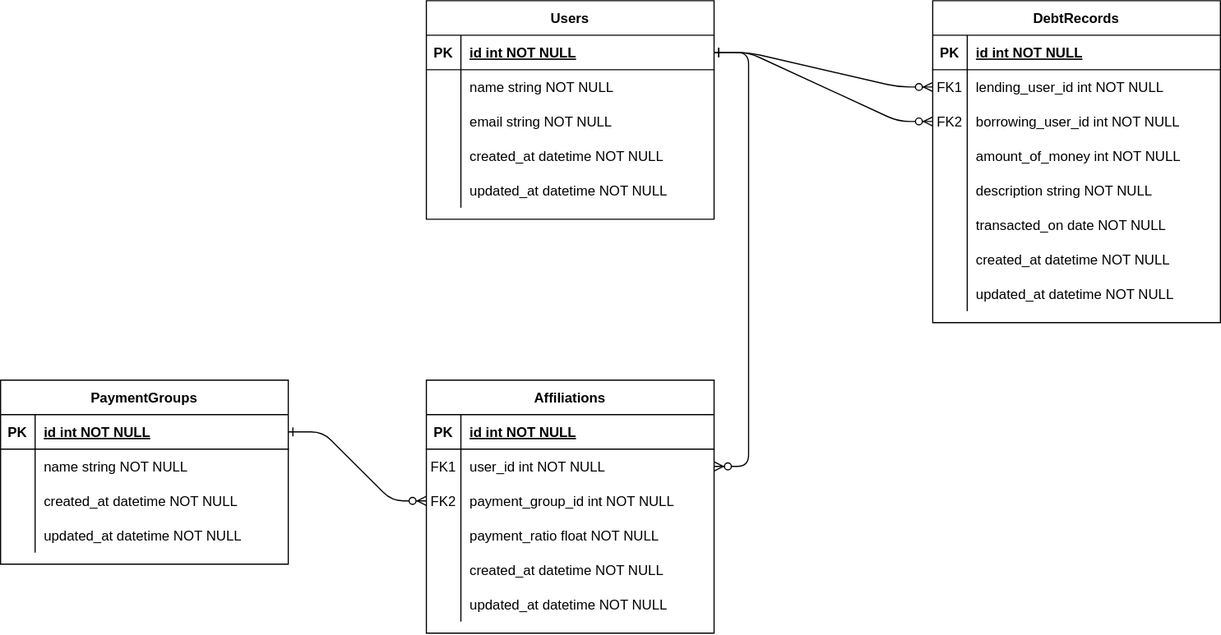
Earlier version of the draw.io export er-diagram/er.svg (a-yossy/dutch_account). Source tidied: cells renumbered, new cells last; positions are measured from the earlier drawing's top-left corner, leaving out a move shared by most shapes.
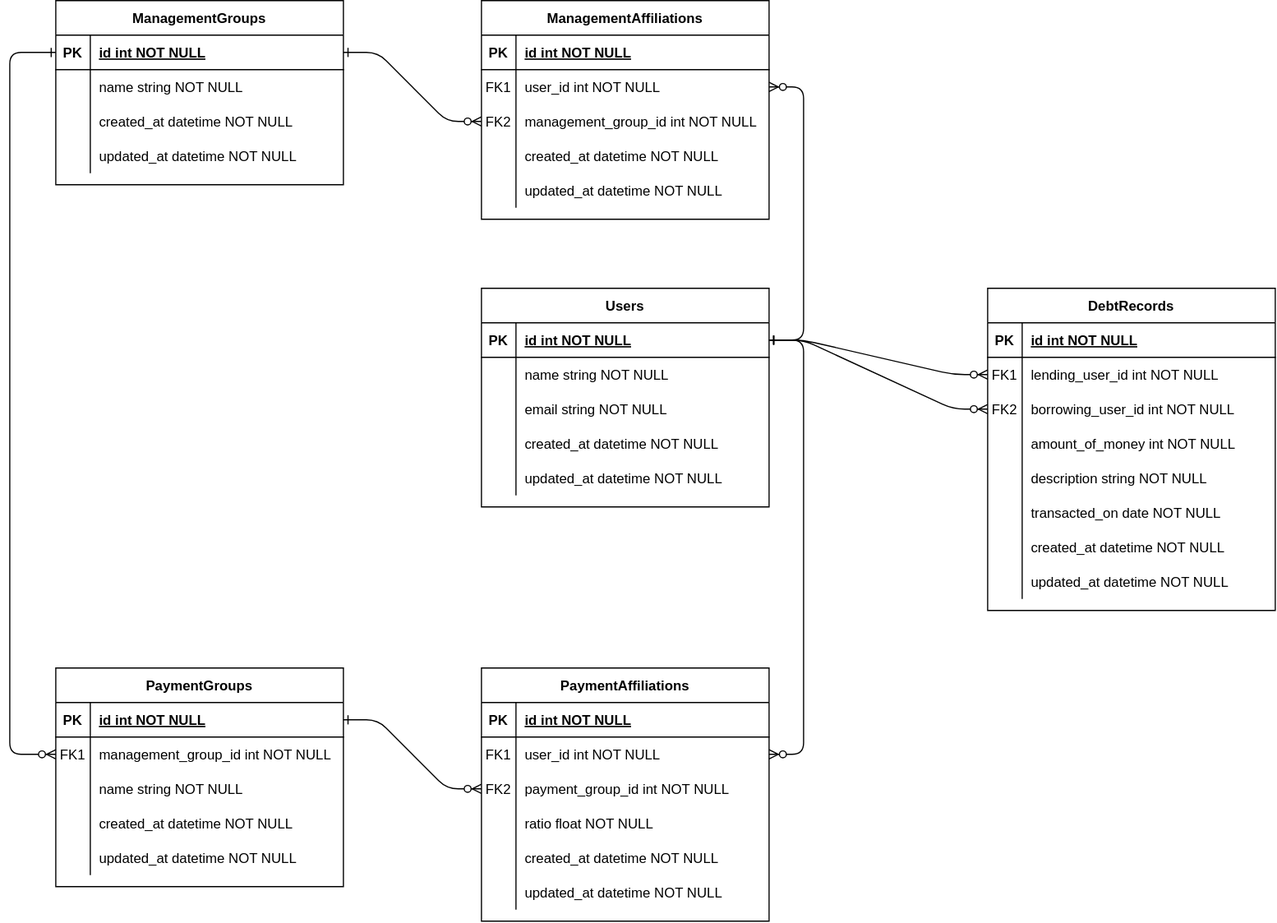
After the change.

Change to the diagram source:
```diff
@@ -5,7 +5,7 @@
     <mxCell id="2" style="edgeStyle=entityRelationEdgeStyle;endArrow=ERzeroToMany;startArrow=ERone;endFill=1;startFill=0;" parent="1" edge="1" source="36" target="57">
       <mxGeometry relative="1" as="geometry" />
     </mxCell>
-    <mxCell id="3" value="Affiliations" style="shape=table;startSize=30;rowLines=0;fontStyle=1;align=center;" parent="1" vertex="1">
+    <mxCell id="3" value="PaymentAffiliations" style="shape=table;startSize=30;rowLines=0;fontStyle=1;align=center;" parent="1" vertex="1">
       <mxGeometry x="370" y="330" width="250" height="220" as="geometry" />
     </mxCell>
     <mxCell id="4" style="shape=partialRectangle;fillColor=none;top=0;left=0;right=0;bottom=1;" parent="3" vertex="1">
@@ -41,7 +41,7 @@
     <mxCell id="14" style="shape=partialRectangle;overflow=hidden;fillColor=none;top=0;left=0;bottom=0;right=0;" parent="13" vertex="1">
       <mxGeometry width="30" height="30" as="geometry" />
     </mxCell>
-    <mxCell id="15" value="payment_ratio float NOT NULL" style="shape=partialRectangle;overflow=hidden;fillColor=none;top=0;left=0;bottom=0;right=0;align=left;spacingLeft=6;" parent="13" vertex="1">
+    <mxCell id="15" value="ratio float NOT NULL" style="shape=partialRectangle;overflow=hidden;fillColor=none;top=0;left=0;bottom=0;right=0;align=left;spacingLeft=6;" parent="13" vertex="1">
       <mxGeometry x="30" width="220" height="30" as="geometry" />
     </mxCell>
     <mxCell id="16" style="shape=partialRectangle;fillColor=none;top=0;left=0;right=0;bottom=0;" parent="3" vertex="1">
@@ -63,7 +63,7 @@
       <mxGeometry x="30" width="220" height="30" as="geometry" />
     </mxCell>
     <mxCell id="22" value="PaymentGroups" style="shape=table;startSize=30;rowLines=0;fontStyle=1;align=center;" parent="1" vertex="1">
-      <mxGeometry y="330" width="250" height="160" as="geometry" />
+      <mxGeometry y="330" width="250" height="190" as="geometry" />
     </mxCell>
     <mxCell id="23" style="shape=partialRectangle;fillColor=none;points=[[0,0.5],[1,0.5]];portConstraint=eastwest;top=0;left=0;right=0;bottom=1;" parent="22" vertex="1">
       <mxGeometry y="30" width="250" height="30" as="geometry" />
@@ -74,8 +74,17 @@
     <mxCell id="25" value="id int NOT NULL " style="shape=partialRectangle;overflow=hidden;fillColor=none;top=0;left=0;bottom=0;right=0;align=left;spacingLeft=6;fontStyle=5;" parent="23" vertex="1">
       <mxGeometry x="30" width="220" height="30" as="geometry" />
     </mxCell>
+    <mxCell id="79" style="shape=partialRectangle;fillColor=none;points=[[0,0.5],[1,0.5]];portConstraint=eastwest;top=0;left=0;right=0;bottom=0;" parent="22" vertex="1">
+      <mxGeometry y="60" width="250" height="30" as="geometry" />
+    </mxCell>
+    <mxCell id="80" value="FK1" style="shape=partialRectangle;overflow=hidden;fillColor=none;top=0;left=0;bottom=0;right=0;" parent="79" vertex="1">
+      <mxGeometry width="30" height="30" as="geometry" />
+    </mxCell>
+    <mxCell id="81" value="management_group_id int NOT NULL" style="shape=partialRectangle;overflow=hidden;fillColor=none;top=0;left=0;bottom=0;right=0;align=left;spacingLeft=6;" parent="79" vertex="1">
+      <mxGeometry x="30" width="220" height="30" as="geometry" />
+    </mxCell>
     <mxCell id="26" style="shape=partialRectangle;fillColor=none;top=0;left=0;right=0;bottom=0;" parent="22" vertex="1">
-      <mxGeometry y="60" width="250" height="30" as="geometry" />
+      <mxGeometry y="90" width="250" height="30" as="geometry" />
     </mxCell>
     <mxCell id="27" style="shape=partialRectangle;overflow=hidden;fillColor=none;top=0;left=0;bottom=0;right=0;" parent="26" vertex="1">
       <mxGeometry width="30" height="30" as="geometry" />
@@ -84,7 +93,7 @@
       <mxGeometry x="30" width="220" height="30" as="geometry" />
     </mxCell>
     <mxCell id="29" style="shape=partialRectangle;fillColor=none;top=0;left=0;right=0;bottom=0;" parent="22" vertex="1">
-      <mxGeometry y="90" width="250" height="30" as="geometry" />
+      <mxGeometry y="120" width="250" height="30" as="geometry" />
     </mxCell>
     <mxCell id="30" style="shape=partialRectangle;overflow=hidden;fillColor=none;top=0;left=0;bottom=0;right=0;" parent="29" vertex="1">
       <mxGeometry width="30" height="30" as="geometry" />
@@ -93,7 +102,7 @@
       <mxGeometry x="30" width="220" height="30" as="geometry" />
     </mxCell>
     <mxCell id="32" style="shape=partialRectangle;fillColor=none;top=0;left=0;right=0;bottom=0;" parent="22" vertex="1">
-      <mxGeometry y="120" width="250" height="30" as="geometry" />
+      <mxGeometry y="150" width="250" height="30" as="geometry" />
     </mxCell>
     <mxCell id="33" style="shape=partialRectangle;overflow=hidden;fillColor=none;top=0;left=0;bottom=0;right=0;" parent="32" vertex="1">
       <mxGeometry width="30" height="30" as="geometry" />
@@ -233,5 +242,106 @@
     <mxCell id="78" style="edgeStyle=entityRelationEdgeStyle;endArrow=ERzeroToMany;startArrow=ERone;endFill=1;startFill=0;jumpStyle=gap;" parent="1" edge="1" source="36" target="60">
       <mxGeometry relative="1" as="geometry" />
     </mxCell>
+    <mxCell id="82" value="ManagementAffiliations" style="shape=table;startSize=30;rowLines=0;fontStyle=1;align=center;" parent="1" vertex="1">
+      <mxGeometry x="370" y="-250" width="250" height="190" as="geometry" />
+    </mxCell>
+    <mxCell id="83" style="shape=partialRectangle;fillColor=none;top=0;left=0;right=0;bottom=1;" parent="82" vertex="1">
+      <mxGeometry y="30" width="250" height="30" as="geometry" />
+    </mxCell>
+    <mxCell id="84" value="PK" style="shape=partialRectangle;overflow=hidden;fillColor=none;top=0;left=0;bottom=0;right=0;fontStyle=1;" parent="83" vertex="1">
+      <mxGeometry width="30" height="30" as="geometry" />
+    </mxCell>
+    <mxCell id="85" value="id int NOT NULL " style="shape=partialRectangle;overflow=hidden;fillColor=none;top=0;left=0;bottom=0;right=0;align=left;spacingLeft=6;fontStyle=5;" parent="83" vertex="1">
+      <mxGeometry x="30" width="220" height="30" as="geometry" />
+    </mxCell>
+    <mxCell id="86" style="shape=partialRectangle;fillColor=none;points=[[0,0.5],[1,0.5]];portConstraint=eastwest;top=0;left=0;right=0;bottom=0;" parent="82" vertex="1">
+      <mxGeometry y="60" width="250" height="30" as="geometry" />
+    </mxCell>
+    <mxCell id="87" value="FK1" style="shape=partialRectangle;overflow=hidden;fillColor=none;top=0;left=0;bottom=0;right=0;" parent="86" vertex="1">
+      <mxGeometry width="30" height="30" as="geometry" />
+    </mxCell>
+    <mxCell id="88" value="user_id int NOT NULL" style="shape=partialRectangle;overflow=hidden;fillColor=none;top=0;left=0;bottom=0;right=0;align=left;spacingLeft=6;" parent="86" vertex="1">
+      <mxGeometry x="30" width="220" height="30" as="geometry" />
+    </mxCell>
+    <mxCell id="89" style="shape=partialRectangle;fillColor=none;points=[[0,0.5],[1,0.5]];portConstraint=eastwest;top=0;left=0;right=0;bottom=0;" parent="82" vertex="1">
+      <mxGeometry y="90" width="250" height="30" as="geometry" />
+    </mxCell>
+    <mxCell id="90" value="FK2" style="shape=partialRectangle;overflow=hidden;fillColor=none;top=0;left=0;bottom=0;right=0;" parent="89" vertex="1">
+      <mxGeometry width="30" height="30" as="geometry" />
+    </mxCell>
+    <mxCell id="91" value="management_group_id int NOT NULL" style="shape=partialRectangle;overflow=hidden;fillColor=none;top=0;left=0;bottom=0;right=0;align=left;spacingLeft=6;" parent="89" vertex="1">
+      <mxGeometry x="30" width="220" height="30" as="geometry" />
+    </mxCell>
+    <mxCell id="92" style="shape=partialRectangle;fillColor=none;top=0;left=0;right=0;bottom=0;" parent="82" vertex="1">
+      <mxGeometry y="120" width="250" height="30" as="geometry" />
+    </mxCell>
+    <mxCell id="93" style="shape=partialRectangle;overflow=hidden;fillColor=none;top=0;left=0;bottom=0;right=0;" parent="92" vertex="1">
+      <mxGeometry width="30" height="30" as="geometry" />
+    </mxCell>
+    <mxCell id="94" value="created_at datetime NOT NULL" style="shape=partialRectangle;overflow=hidden;fillColor=none;top=0;left=0;bottom=0;right=0;align=left;spacingLeft=6;" parent="92" vertex="1">
+      <mxGeometry x="30" width="220" height="30" as="geometry" />
+    </mxCell>
+    <mxCell id="95" style="shape=partialRectangle;fillColor=none;top=0;left=0;right=0;bottom=0;" parent="82" vertex="1">
+      <mxGeometry y="150" width="250" height="30" as="geometry" />
+    </mxCell>
+    <mxCell id="96" style="shape=partialRectangle;overflow=hidden;fillColor=none;top=0;left=0;bottom=0;right=0;" parent="95" vertex="1">
+      <mxGeometry width="30" height="30" as="geometry" />
+    </mxCell>
+    <mxCell id="97" value="updated_at datetime NOT NULL" style="shape=partialRectangle;overflow=hidden;fillColor=none;top=0;left=0;bottom=0;right=0;align=left;spacingLeft=6;" parent="95" vertex="1">
+      <mxGeometry x="30" width="220" height="30" as="geometry" />
+    </mxCell>
+    <mxCell id="98" value="ManagementGroups" style="shape=table;startSize=30;rowLines=0;fontStyle=1;align=center;" parent="1" vertex="1">
+      <mxGeometry y="-250" width="250" height="160" as="geometry" />
+    </mxCell>
+    <mxCell id="99" style="shape=partialRectangle;fillColor=none;points=[[0,0.5],[1,0.5]];portConstraint=eastwest;top=0;left=0;right=0;bottom=1;" parent="98" vertex="1">
+      <mxGeometry y="30" width="250" height="30" as="geometry" />
+    </mxCell>
+    <mxCell id="100" value="PK" style="shape=partialRectangle;overflow=hidden;fillColor=none;top=0;left=0;bottom=0;right=0;fontStyle=1;" parent="99" vertex="1">
+      <mxGeometry width="30" height="30" as="geometry" />
+    </mxCell>
+    <mxCell id="101" value="id int NOT NULL " style="shape=partialRectangle;overflow=hidden;fillColor=none;top=0;left=0;bottom=0;right=0;align=left;spacingLeft=6;fontStyle=5;" parent="99" vertex="1">
+      <mxGeometry x="30" width="220" height="30" as="geometry" />
+    </mxCell>
+    <mxCell id="102" style="shape=partialRectangle;fillColor=none;top=0;left=0;right=0;bottom=0;" parent="98" vertex="1">
+      <mxGeometry y="60" width="250" height="30" as="geometry" />
+    </mxCell>
+    <mxCell id="103" style="shape=partialRectangle;overflow=hidden;fillColor=none;top=0;left=0;bottom=0;right=0;" parent="102" vertex="1">
+      <mxGeometry width="30" height="30" as="geometry" />
+    </mxCell>
+    <mxCell id="104" value="name string NOT NULL " style="shape=partialRectangle;overflow=hidden;fillColor=none;top=0;left=0;bottom=0;right=0;align=left;spacingLeft=6;" parent="102" vertex="1">
+      <mxGeometry x="30" width="220" height="30" as="geometry" />
+    </mxCell>
+    <mxCell id="105" style="shape=partialRectangle;fillColor=none;top=0;left=0;right=0;bottom=0;" parent="98" vertex="1">
+      <mxGeometry y="90" width="250" height="30" as="geometry" />
+    </mxCell>
+    <mxCell id="106" style="shape=partialRectangle;overflow=hidden;fillColor=none;top=0;left=0;bottom=0;right=0;" parent="105" vertex="1">
+      <mxGeometry width="30" height="30" as="geometry" />
+    </mxCell>
+    <mxCell id="107" value="created_at datetime NOT NULL" style="shape=partialRectangle;overflow=hidden;fillColor=none;top=0;left=0;bottom=0;right=0;align=left;spacingLeft=6;" parent="105" vertex="1">
+      <mxGeometry x="30" width="220" height="30" as="geometry" />
+    </mxCell>
+    <mxCell id="108" style="shape=partialRectangle;fillColor=none;top=0;left=0;right=0;bottom=0;" parent="98" vertex="1">
+      <mxGeometry y="120" width="250" height="30" as="geometry" />
+    </mxCell>
+    <mxCell id="109" style="shape=partialRectangle;overflow=hidden;fillColor=none;top=0;left=0;bottom=0;right=0;" parent="108" vertex="1">
+      <mxGeometry width="30" height="30" as="geometry" />
+    </mxCell>
+    <mxCell id="110" value="updated_at datetime NOT NULL" style="shape=partialRectangle;overflow=hidden;fillColor=none;top=0;left=0;bottom=0;right=0;align=left;spacingLeft=6;" parent="108" vertex="1">
+      <mxGeometry x="30" width="220" height="30" as="geometry" />
+    </mxCell>
+    <mxCell id="111" style="edgeStyle=entityRelationEdgeStyle;endArrow=ERzeroToMany;startArrow=ERone;endFill=1;startFill=0;jumpStyle=gap;" parent="1" edge="1" source="36" target="86">
+      <mxGeometry relative="1" as="geometry" />
+    </mxCell>
+    <mxCell id="112" style="edgeStyle=entityRelationEdgeStyle;endArrow=ERzeroToMany;startArrow=ERone;endFill=1;startFill=0;jumpStyle=gap;" parent="1" edge="1" source="99" target="89">
+      <mxGeometry relative="1" as="geometry" />
+    </mxCell>
+    <mxCell id="113" style="edgeStyle=orthogonalEdgeStyle;endArrow=ERzeroToMany;startArrow=ERone;endFill=1;startFill=0;jumpStyle=gap;entryX=0;entryY=0.5;entryDx=0;entryDy=0;" parent="1" edge="1" source="99" target="79">
+      <mxGeometry relative="1" as="geometry">
+        <Array as="points">
+          <mxPoint x="-40" y="-205" />
+          <mxPoint x="-40" y="405" />
+        </Array>
+      </mxGeometry>
+    </mxCell>
   </root>
 </mxGraphModel>
```
